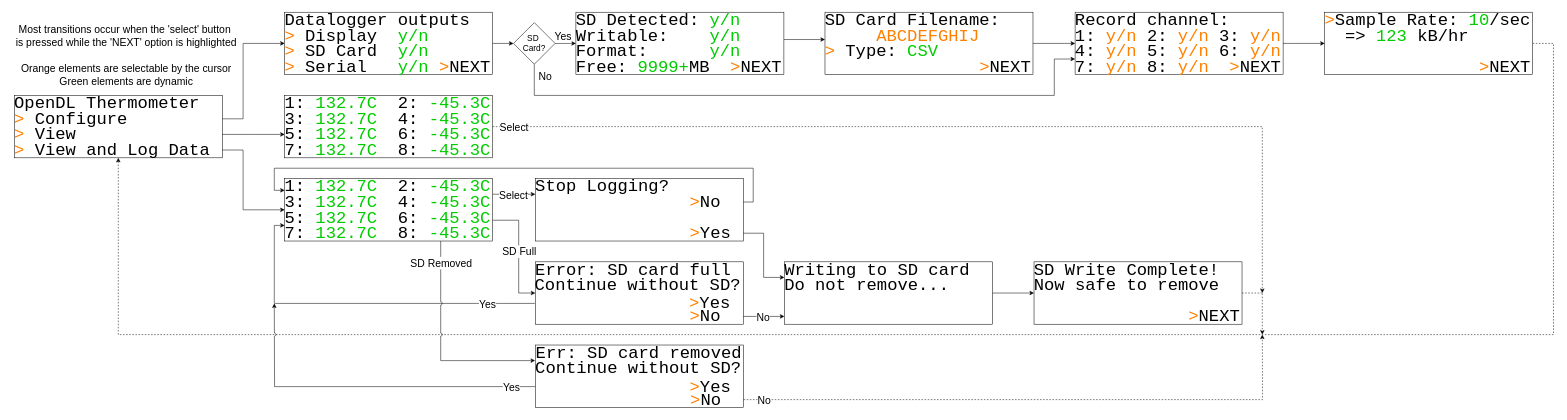
Above: software/State Machine.drawio in RossPorter506/OpenDataLoggerThermometer (draw.io), before the change. Source tidied: cells renumbered, new cells numbered last; positions are measured from the earlier drawing's top-left corner, leaving out a move shared by most shapes. Both pictures are drawn from the tidied source at 52%, with x=0, y=0 at pixel (9, 12).
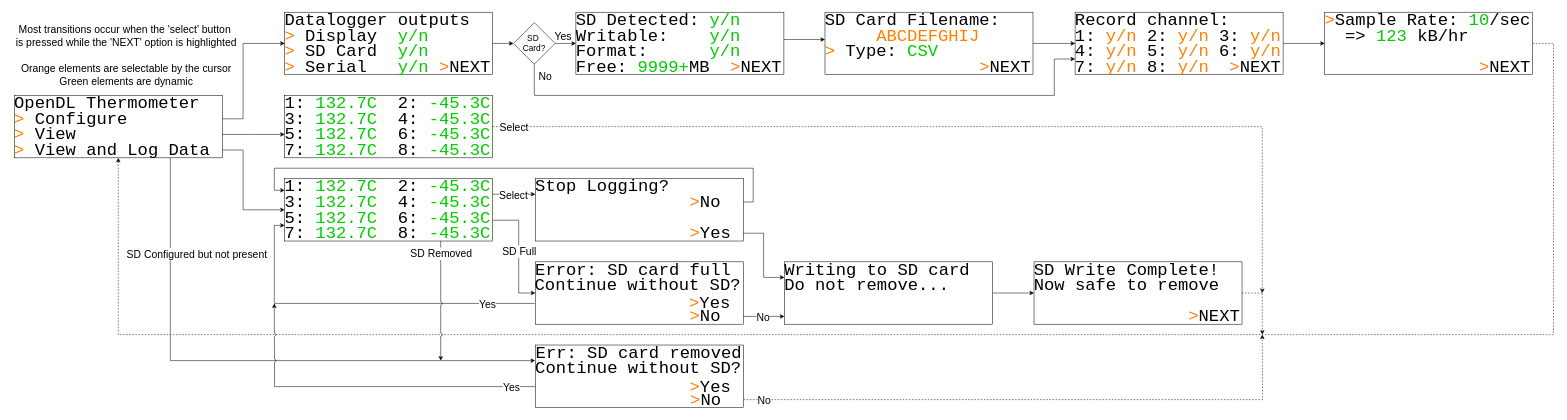
After the change.

The change refers to these unchanged cells:
```xml
<mxCell id="10" value="&lt;font face=&quot;Courier New&quot;&gt;&lt;font color=&quot;#ff8000&quot;&gt;&amp;gt;&lt;/font&gt;&lt;font color=&quot;#00cc00&quot;&gt;&amp;nbsp;&lt;/font&gt;View and Log Data&lt;br&gt;&lt;/font&gt;" style="text;html=1;align=left;verticalAlign=middle;whiteSpace=wrap;rounded=0;fontSize=33;spacingRight=0;spacingTop=0;spacing=0;imageHeight=24;fixedWidth=1;" parent="1" vertex="1">
  <mxGeometry x="10" y="250" width="400" height="30" as="geometry" />
</mxCell>
<mxCell id="86" value="&lt;font face=&quot;Courier New&quot;&gt;7: &lt;font color=&quot;#00cc00&quot;&gt;132.7C&lt;/font&gt;&amp;nbsp; 8: &lt;font color=&quot;#00cc00&quot;&gt;-45.3C&lt;/font&gt;&lt;br&gt;&lt;/font&gt;" style="text;html=1;align=left;verticalAlign=middle;whiteSpace=wrap;rounded=0;fontSize=33;spacingRight=0;spacingTop=0;spacing=0;imageHeight=24;fixedWidth=1;" parent="1" vertex="1">
  <mxGeometry x="530" y="410" width="400" height="30" as="geometry" />
</mxCell>
<mxCell id="97" value="&lt;font face=&quot;Courier New&quot;&gt;Continue without SD?&lt;/font&gt;&lt;font face=&quot;Courier New&quot;&gt;&lt;br&gt;&lt;/font&gt;" style="text;html=1;align=left;verticalAlign=middle;whiteSpace=wrap;rounded=0;fontSize=33;spacingRight=0;spacingTop=0;spacing=0;imageHeight=24;fixedWidth=1;" parent="1" vertex="1">
  <mxGeometry x="1011.5" y="670" width="400" height="30" as="geometry" />
</mxCell>
```

Change to the diagram source:
```diff
@@
+    <mxCell id="98" style="edgeStyle=orthogonalEdgeStyle;rounded=0;jettySize=auto;html=1;exitX=0.75;exitY=1;exitDx=0;exitDy=0;entryX=0;entryY=0;entryDx=0;entryDy=0;" parent="1" edge="1" source="10" target="97">
+      <mxGeometry relative="1" as="geometry">
+        <Array as="points">
+          <mxPoint x="310" y="670" />
+        </Array>
+      </mxGeometry>
+    </mxCell>
+    <mxCell id="99" value="SD Configured but not present" style="edgeLabel;html=1;align=center;verticalAlign=middle;fontSize=20;" parent="98" vertex="1">
+      <mxGeometry x="-0.76" relative="1" as="geometry">
+        <mxPoint x="50" y="53" as="offset" />
+      </mxGeometry>
+    </mxCell>
@@
-    <mxCell id="84" style="edgeStyle=orthogonalEdgeStyle;rounded=0;jettySize=auto;html=1;exitX=0.75;exitY=1;exitDx=0;exitDy=0;entryX=0;entryY=0;entryDx=0;entryDy=0;jumpStyle=arc;" parent="1" edge="1" source="86" target="97">
+    <mxCell id="84" style="edgeStyle=orthogonalEdgeStyle;rounded=0;jettySize=auto;html=1;exitX=0.75;exitY=1;exitDx=0;exitDy=0;jumpStyle=arc;" parent="1" edge="1" source="86">
       <mxGeometry relative="1" as="geometry">
+        <mxPoint x="830" y="670" as="targetPoint" />
         <Array as="points">
           <mxPoint x="830" y="670" />
         </Array>
       </mxGeometry>
     </mxCell>
```
